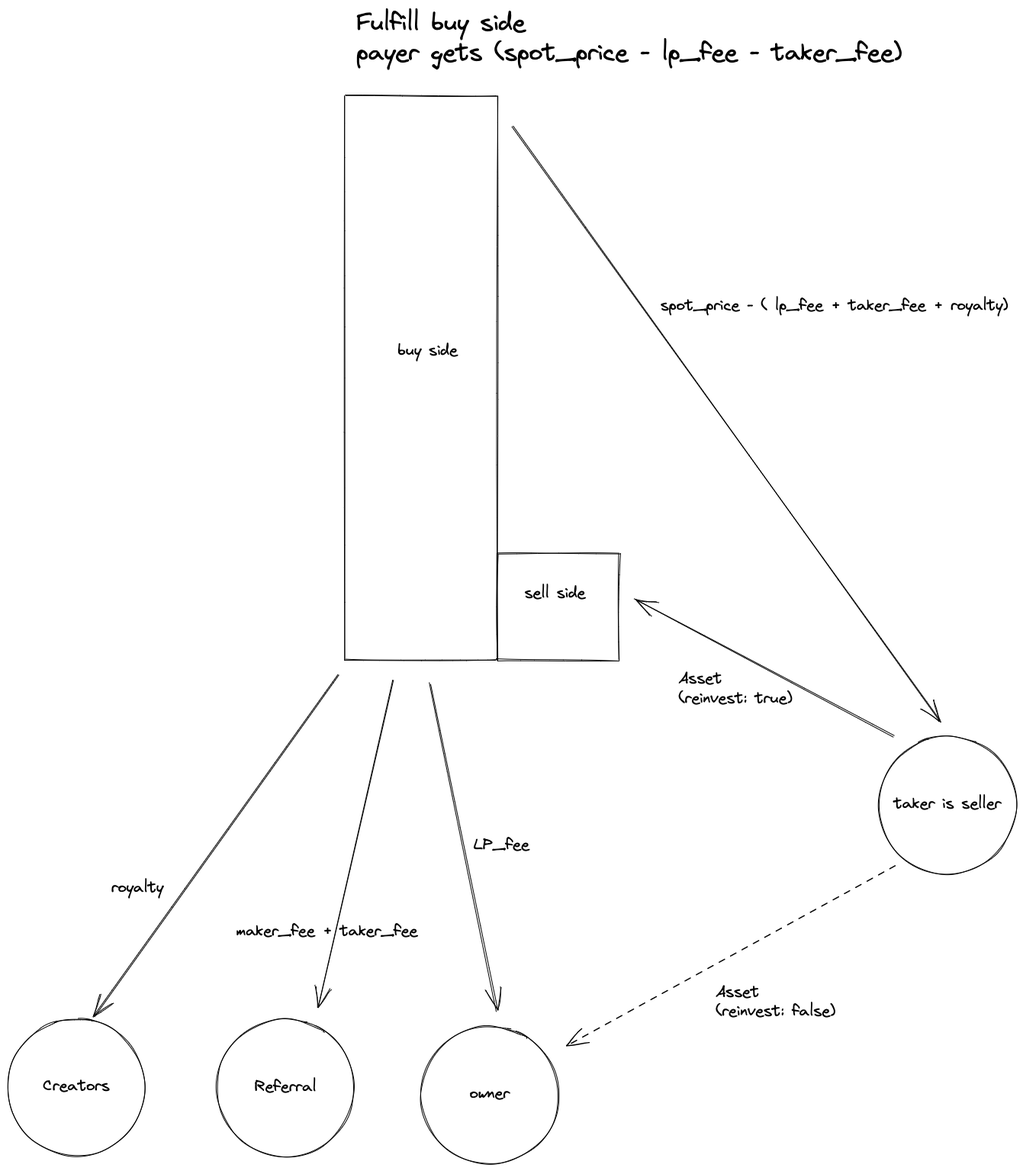
Earlier version of the Excalidraw export docs/fulfill_buy.excalidraw.png (me-foundation/mmm). Source tidied: one line per element, renumbered; positions are measured from the earlier drawing's top-left corner, leaving out a move shared by most shapes.
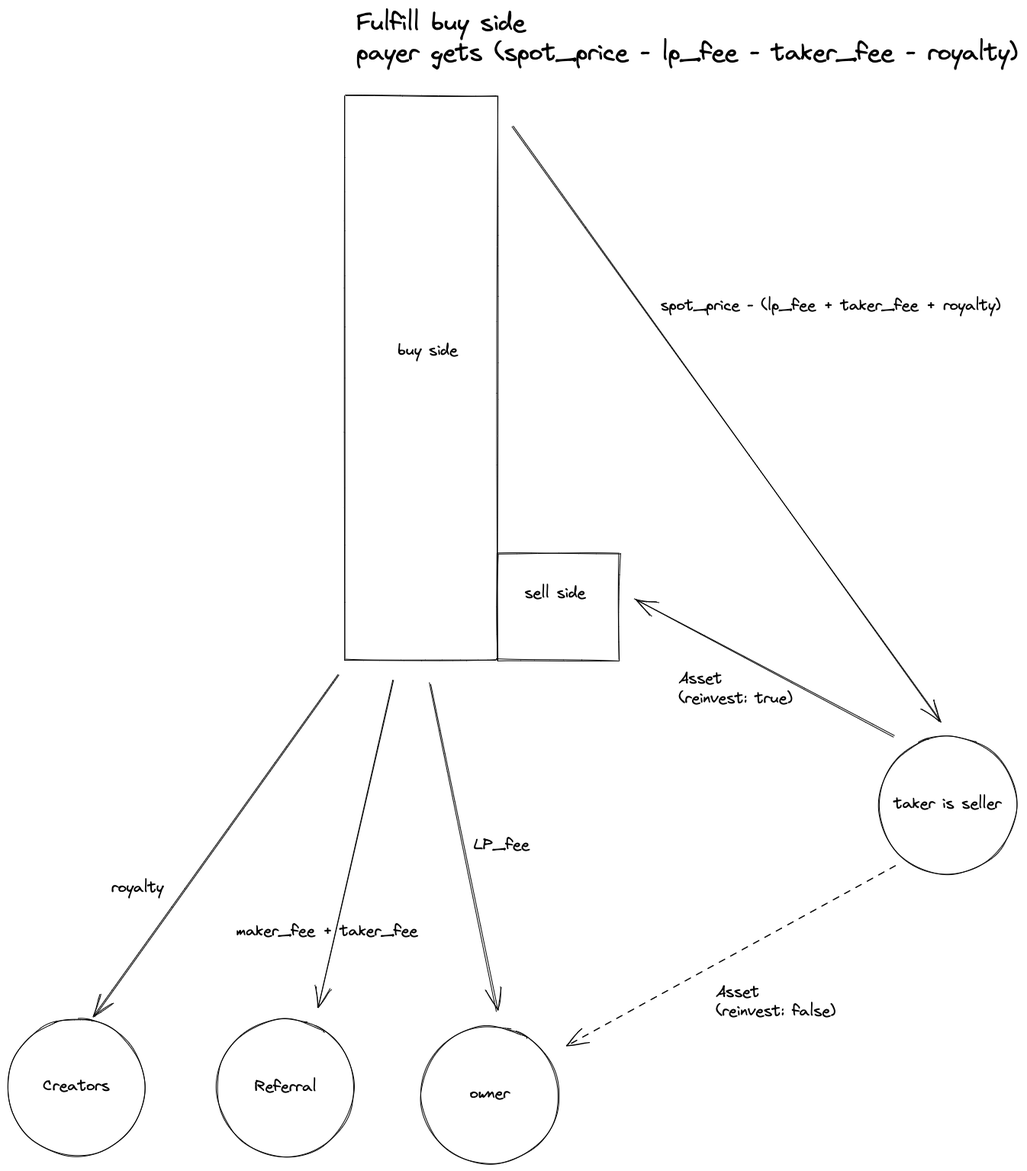
After the commit.

The edit, as a diff of the source:
```diff
@@ -7,7 +7,7 @@
 {"id": 6, "type": "ellipse", "strokeColor": "#000000", "strokeWidth": 1, "roughness": 1, "x": 1142, "y": 956, "width": 180, "height": 180}
 {"id": 7, "type": "text", "text": "taker is seller", "strokeColor": "#000000", "strokeWidth": 1, "roughness": 1, "fontSize": 20, "fontFamily": 1, "textAlign": "center", "verticalAlign": "middle", "inside": 6, "x": 1147, "y": 1033, "width": 170, "height": 25}
 {"id": 8, "type": "arrow", "strokeColor": "#000000", "strokeWidth": 1, "roughness": 1, "endArrowhead": "arrow", "from": 0, "to": 6, "x": 662, "y": 156, "width": 560, "height": 780, "points": [[0, 0], [560, 780]]}
-{"id": 9, "type": "text", "text": "spot_price - ( lp_fee + taker_fee + royalty)", "strokeColor": "#000000", "strokeWidth": 1, "roughness": 1, "fontSize": 20, "fontFamily": 1, "x": 856, "y": 378, "width": 457, "height": 25}
+{"id": 9, "type": "text", "text": "spot_price - (lp_fee + taker_fee + royalty)", "strokeColor": "#000000", "strokeWidth": 1, "roughness": 1, "fontSize": 20, "fontFamily": 1, "x": 856, "y": 378, "width": 447, "height": 25}
 {"id": 10, "type": "arrow", "strokeColor": "#000000", "strokeWidth": 1, "roughness": 1, "endArrowhead": "arrow", "from": 6, "to": 1, "x": 1162, "y": 956, "width": 340, "height": 180, "points": [[0, 0], [-340, -180]]}
 {"id": 11, "type": "text", "text": "Asset\n(reinvest: true)", "strokeColor": "#000000", "strokeWidth": 1, "roughness": 1, "fontSize": 20, "fontFamily": 1, "x": 879, "y": 868, "width": 150, "height": 51}
 {"id": 12, "type": "arrow", "strokeColor": "#000000", "strokeWidth": 1, "roughness": 1, "endArrowhead": "arrow", "from": 0, "to": 4, "x": 553, "y": 885, "width": 88, "height": 430, "points": [[0, 0], [88, 430]]}
@@ -18,7 +18,7 @@
 {"id": 17, "type": "text", "text": "maker_fee + taker_fee", "strokeColor": "#000000", "strokeWidth": 1, "roughness": 1, "fontSize": 20, "fontFamily": 1, "x": 300, "y": 1198, "width": 240, "height": 25}
 {"id": 18, "type": "arrow", "strokeColor": "#000000", "strokeWidth": 1, "strokeStyle": "dashed", "roughness": 1, "endArrowhead": "arrow", "from": 6, "to": 4, "x": 1162, "y": 1124, "width": 431, "height": 239, "points": [[0, 0], [-431, 239]]}
 {"id": 19, "type": "text", "text": "Asset\n(reinvest: false)", "strokeColor": "#000000", "strokeWidth": 1, "roughness": 1, "fontSize": 20, "fontFamily": 1, "x": 928, "y": 1278, "width": 158, "height": 51}
-{"id": 20, "type": "text", "text": "Fulfill buy side\npayer gets (spot_price - lp_fee - taker_fee)", "strokeColor": "#000000", "strokeWidth": 1, "strokeStyle": "dashed", "roughness": 1, "fontSize": 31.4, "fontFamily": 1, "x": 457, "y": 0, "width": 717, "height": 79}
+{"id": 20, "type": "text", "text": "Fulfill buy side\npayer gets (spot_price - lp_fee - taker_fee - royalty)", "strokeColor": "#000000", "strokeWidth": 1, "strokeStyle": "dashed", "roughness": 1, "fontSize": 31.4, "fontFamily": 1, "x": 457, "y": 0, "width": 869, "height": 79}
 {"id": 21, "type": "ellipse", "strokeColor": "#000000", "strokeWidth": 1, "roughness": 1, "x": 0, "y": 1325, "width": 180, "height": 180}
 {"id": 22, "type": "text", "text": "Creators", "strokeColor": "#000000", "strokeWidth": 1, "roughness": 1, "fontSize": 20, "fontFamily": 1, "textAlign": "center", "verticalAlign": "middle", "inside": 21, "x": 5, "y": 1403, "width": 170, "height": 25}
 {"id": 23, "type": "arrow", "strokeColor": "#000000", "strokeWidth": 1, "roughness": 1, "endArrowhead": "arrow", "from": 0, "to": 21, "x": 434, "y": 874, "width": 320, "height": 448, "points": [[0, 0], [-320, 448]]}
```
